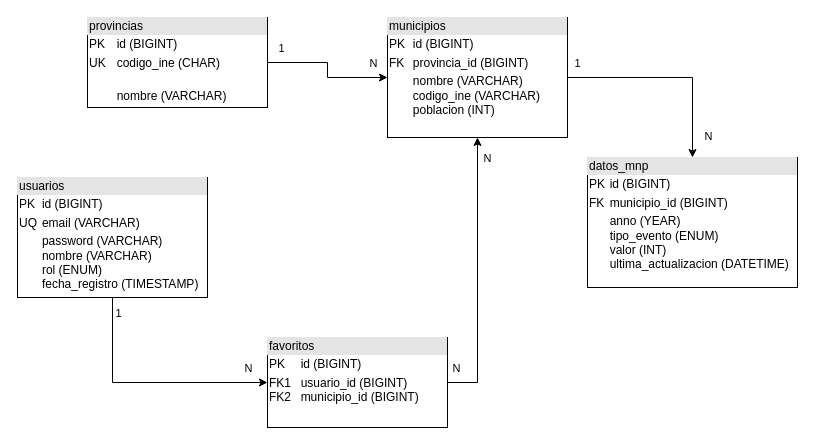
Earlier version of the draw.io diagram docs/modelo E-R.drawio (samuuufr/DatosJuntaCyL). Source tidied: cells renumbered, new cells numbered last; positions are measured from the earlier drawing's top-left corner, leaving out a move shared by most shapes. Both pictures are drawn from the tidied source at 100%, with x=0, y=0 at pixel (17, 17).
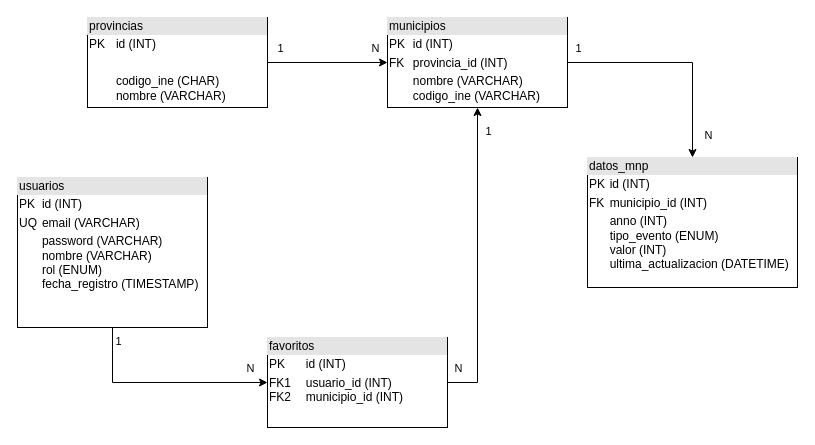
Above is the later version.

What changed in the source:
```diff
@@
-    <mxCell id="5" value="&lt;div style=&quot;box-sizing: border-box; width: 100%; background: rgb(228, 228, 228); padding: 2px;&quot;&gt;usuarios&lt;/div&gt;&lt;table style=&quot;width:100%;font-size:1em;&quot; cellpadding=&quot;2&quot; cellspacing=&quot;0&quot;&gt;&lt;tbody&gt;&lt;tr&gt;&lt;td&gt;PK&lt;/td&gt;&lt;td&gt;id (BIGINT)&lt;/td&gt;&lt;/tr&gt;&lt;tr&gt;&lt;td&gt;UQ&lt;/td&gt;&lt;td&gt;email (VARCHAR)&lt;/td&gt;&lt;/tr&gt;&lt;tr&gt;&lt;td&gt;&lt;/td&gt;&lt;td&gt;password (VARCHAR)&lt;br&gt;nombre (VARCHAR)&lt;br&gt;rol (ENUM)&lt;br&gt;fecha_registro (TIMESTAMP)&lt;/td&gt;&lt;/tr&gt;&lt;/tbody&gt;&lt;/table&gt;" style="verticalAlign=top;align=left;overflow=fill;html=1;whiteSpace=wrap;" parent="1" vertex="1">
-      <mxGeometry y="160" width="190" height="120" as="geometry" />
+    <mxCell id="5" value="&lt;div style=&quot;box-sizing: border-box; width: 100%; background: rgb(228, 228, 228); padding: 2px;&quot;&gt;usuarios&lt;/div&gt;&lt;table style=&quot;width:100%;font-size:1em;&quot; cellpadding=&quot;2&quot; cellspacing=&quot;0&quot;&gt;&lt;tbody&gt;&lt;tr&gt;&lt;td&gt;PK&lt;/td&gt;&lt;td&gt;id (INT)&lt;/td&gt;&lt;/tr&gt;&lt;tr&gt;&lt;td&gt;UQ&lt;/td&gt;&lt;td&gt;email (VARCHAR)&lt;/td&gt;&lt;/tr&gt;&lt;tr&gt;&lt;td&gt;&lt;/td&gt;&lt;td&gt;password (VARCHAR)&lt;br&gt;nombre (VARCHAR)&lt;br&gt;rol (ENUM)&lt;br&gt;fecha_registro (TIMESTAMP)&lt;br&gt;&lt;br&gt;&lt;/td&gt;&lt;/tr&gt;&lt;/tbody&gt;&lt;/table&gt;" style="verticalAlign=top;align=left;overflow=fill;html=1;whiteSpace=wrap;" parent="1" vertex="1">
+      <mxGeometry y="160" width="190" height="150" as="geometry" />
     </mxCell>
-    <mxCell id="6" value="N" style="edgeStyle=orthogonalEdgeStyle;rounded=0;jettySize=auto;html=1;exitX=1;exitY=0.5;exitDx=0;exitDy=0;entryX=0.5;entryY=1;entryDx=0;entryDy=0;" parent="1" edge="1" source="8" target="12">
-      <mxGeometry x="0.85" y="-10" relative="1" as="geometry" />
+    <mxCell id="6" style="edgeStyle=orthogonalEdgeStyle;rounded=0;jettySize=auto;html=1;exitX=1;exitY=0.5;exitDx=0;exitDy=0;entryX=0.5;entryY=1;entryDx=0;entryDy=0;" parent="1" edge="1" source="8" target="12">
+      <mxGeometry relative="1" as="geometry" />
     </mxCell>
@@
+    <mxCell id="18" value="1" style="edgeLabel;html=1;align=center;verticalAlign=middle;" parent="6" vertex="1">
+      <mxGeometry x="0.85" y="-1" relative="1" as="geometry">
+        <mxPoint x="9" as="offset" />
+      </mxGeometry>
+    </mxCell>
-    <mxCell id="8" value="&lt;div style=&quot;box-sizing: border-box; width: 100%; background: rgb(228, 228, 228); padding: 2px;&quot;&gt;favoritos&lt;/div&gt;&lt;table style=&quot;width:100%;font-size:1em;&quot; cellpadding=&quot;2&quot; cellspacing=&quot;0&quot;&gt;&lt;tbody&gt;&lt;tr&gt;&lt;td&gt;PK&lt;/td&gt;&lt;td&gt;id (BIGINT)&lt;/td&gt;&lt;/tr&gt;&lt;tr&gt;&lt;td&gt;FK1&lt;br&gt;FK2&lt;/td&gt;&lt;td&gt;usuario_id (BIGINT)&lt;br&gt;municipio_id (BIGINT)&lt;/td&gt;&lt;/tr&gt;&lt;tr&gt;&lt;td&gt;&lt;br&gt;&lt;/td&gt;&lt;td&gt;&lt;br&gt;&lt;/td&gt;&lt;/tr&gt;&lt;/tbody&gt;&lt;/table&gt;" style="verticalAlign=top;align=left;overflow=fill;html=1;whiteSpace=wrap;" parent="1" vertex="1">
+    <mxCell id="8" value="&lt;div style=&quot;box-sizing: border-box; width: 100%; background: rgb(228, 228, 228); padding: 2px;&quot;&gt;favoritos&lt;/div&gt;&lt;table style=&quot;width:100%;font-size:1em;&quot; cellpadding=&quot;2&quot; cellspacing=&quot;0&quot;&gt;&lt;tbody&gt;&lt;tr&gt;&lt;td&gt;PK&lt;/td&gt;&lt;td&gt;id (INT)&lt;/td&gt;&lt;/tr&gt;&lt;tr&gt;&lt;td&gt;FK1&lt;br&gt;FK2&lt;/td&gt;&lt;td&gt;usuario_id (INT)&lt;br&gt;municipio_id (INT)&lt;/td&gt;&lt;/tr&gt;&lt;tr&gt;&lt;td&gt;&lt;br&gt;&lt;/td&gt;&lt;td&gt;&lt;br&gt;&lt;/td&gt;&lt;/tr&gt;&lt;/tbody&gt;&lt;/table&gt;" style="verticalAlign=top;align=left;overflow=fill;html=1;whiteSpace=wrap;" parent="1" vertex="1">
       <mxGeometry x="250" y="320" width="180" height="90" as="geometry" />
     </mxCell>
@@
-    <mxCell id="12" value="&lt;div style=&quot;box-sizing: border-box; width: 100%; background: rgb(228, 228, 228); padding: 2px;&quot;&gt;municipios&lt;/div&gt;&lt;table style=&quot;width:100%;font-size:1em;&quot; cellpadding=&quot;2&quot; cellspacing=&quot;0&quot;&gt;&lt;tbody&gt;&lt;tr&gt;&lt;td&gt;PK&lt;/td&gt;&lt;td&gt;id (BIGINT)&lt;br&gt;&lt;/td&gt;&lt;/tr&gt;&lt;tr&gt;&lt;td&gt;FK&lt;/td&gt;&lt;td&gt;provincia_id (BIGINT)&lt;/td&gt;&lt;/tr&gt;&lt;tr&gt;&lt;td&gt;&lt;/td&gt;&lt;td&gt;nombre (VARCHAR)&lt;br&gt;codigo_ine (VARCHAR)&lt;br&gt;poblacion (INT)&lt;br&gt;&lt;br&gt;&lt;/td&gt;&lt;/tr&gt;&lt;/tbody&gt;&lt;/table&gt;" style="verticalAlign=top;align=left;overflow=fill;html=1;whiteSpace=wrap;" parent="1" vertex="1">
-      <mxGeometry x="370" width="180" height="120" as="geometry" />
+    <mxCell id="12" value="&lt;div style=&quot;box-sizing: border-box; width: 100%; background: rgb(228, 228, 228); padding: 2px;&quot;&gt;municipios&lt;/div&gt;&lt;table style=&quot;width:100%;font-size:1em;&quot; cellpadding=&quot;2&quot; cellspacing=&quot;0&quot;&gt;&lt;tbody&gt;&lt;tr&gt;&lt;td&gt;PK&lt;/td&gt;&lt;td&gt;id (INT)&lt;br&gt;&lt;/td&gt;&lt;/tr&gt;&lt;tr&gt;&lt;td&gt;FK&lt;/td&gt;&lt;td&gt;provincia_id (INT)&lt;/td&gt;&lt;/tr&gt;&lt;tr&gt;&lt;td&gt;&lt;/td&gt;&lt;td&gt;nombre (VARCHAR)&lt;br&gt;codigo_ine (VARCHAR)&lt;br&gt;&lt;br&gt;&lt;/td&gt;&lt;/tr&gt;&lt;/tbody&gt;&lt;/table&gt;" style="verticalAlign=top;align=left;overflow=fill;html=1;whiteSpace=wrap;" parent="1" vertex="1">
+      <mxGeometry x="370" width="180" height="90" as="geometry" />
     </mxCell>
@@
-    <mxCell id="16" value="&lt;div style=&quot;box-sizing: border-box; width: 100%; background: rgb(228, 228, 228); padding: 2px;&quot;&gt;provincias&lt;/div&gt;&lt;table style=&quot;width:100%;font-size:1em;&quot; cellpadding=&quot;2&quot; cellspacing=&quot;0&quot;&gt;&lt;tbody&gt;&lt;tr&gt;&lt;td&gt;PK&lt;/td&gt;&lt;td&gt;id (BIGINT)&lt;/td&gt;&lt;/tr&gt;&lt;tr&gt;&lt;td&gt;UK&lt;/td&gt;&lt;td&gt;codigo_ine (CHAR)&lt;/td&gt;&lt;/tr&gt;&lt;tr&gt;&lt;td&gt;&lt;br&gt;&lt;/td&gt;&lt;td&gt;&lt;br&gt;nombre (VARCHAR)&lt;/td&gt;&lt;/tr&gt;&lt;/tbody&gt;&lt;/table&gt;" style="verticalAlign=top;align=left;overflow=fill;html=1;whiteSpace=wrap;" parent="1" vertex="1">
+    <mxCell id="16" value="&lt;div style=&quot;box-sizing: border-box; width: 100%; background: rgb(228, 228, 228); padding: 2px;&quot;&gt;provincias&lt;/div&gt;&lt;table style=&quot;width:100%;font-size:1em;&quot; cellpadding=&quot;2&quot; cellspacing=&quot;0&quot;&gt;&lt;tbody&gt;&lt;tr&gt;&lt;td&gt;PK&lt;/td&gt;&lt;td&gt;id (INT)&lt;/td&gt;&lt;/tr&gt;&lt;tr&gt;&lt;td&gt;&lt;br&gt;&lt;/td&gt;&lt;td&gt;&lt;br&gt;&lt;/td&gt;&lt;/tr&gt;&lt;tr&gt;&lt;td&gt;&lt;br&gt;&lt;/td&gt;&lt;td&gt;codigo_ine (CHAR)&lt;br&gt;nombre (VARCHAR)&lt;/td&gt;&lt;/tr&gt;&lt;/tbody&gt;&lt;/table&gt;" style="verticalAlign=top;align=left;overflow=fill;html=1;whiteSpace=wrap;" parent="1" vertex="1">
       <mxGeometry x="70" width="180" height="90" as="geometry" />
     </mxCell>
-    <mxCell id="17" value="&lt;div style=&quot;box-sizing: border-box; width: 100%; background: rgb(228, 228, 228); padding: 2px;&quot;&gt;datos_mnp&lt;/div&gt;&lt;table style=&quot;width:100%;font-size:1em;&quot; cellpadding=&quot;2&quot; cellspacing=&quot;0&quot;&gt;&lt;tbody&gt;&lt;tr&gt;&lt;td&gt;PK&lt;/td&gt;&lt;td&gt;id (BIGINT)&lt;/td&gt;&lt;/tr&gt;&lt;tr&gt;&lt;td&gt;FK&lt;/td&gt;&lt;td&gt;municipio_id (BIGINT)&lt;/td&gt;&lt;/tr&gt;&lt;tr&gt;&lt;td&gt;&lt;/td&gt;&lt;td&gt;anno (YEAR)&lt;br&gt;tipo_evento (ENUM)&lt;br&gt;valor (INT)&lt;br&gt;ultima_actualizacion (DATETIME)&lt;/td&gt;&lt;/tr&gt;&lt;/tbody&gt;&lt;/table&gt;" style="verticalAlign=top;align=left;overflow=fill;html=1;whiteSpace=wrap;" parent="1" vertex="1">
+    <mxCell id="17" value="&lt;div style=&quot;box-sizing: border-box; width: 100%; background: rgb(228, 228, 228); padding: 2px;&quot;&gt;datos_mnp&lt;/div&gt;&lt;table style=&quot;width:100%;font-size:1em;&quot; cellpadding=&quot;2&quot; cellspacing=&quot;0&quot;&gt;&lt;tbody&gt;&lt;tr&gt;&lt;td&gt;PK&lt;/td&gt;&lt;td&gt;id (INT)&lt;/td&gt;&lt;/tr&gt;&lt;tr&gt;&lt;td&gt;FK&lt;/td&gt;&lt;td&gt;municipio_id (INT)&lt;/td&gt;&lt;/tr&gt;&lt;tr&gt;&lt;td&gt;&lt;/td&gt;&lt;td&gt;anno (INT)&lt;br&gt;tipo_evento (ENUM)&lt;br&gt;valor (INT)&lt;br&gt;ultima_actualizacion (DATETIME)&lt;/td&gt;&lt;/tr&gt;&lt;/tbody&gt;&lt;/table&gt;" style="verticalAlign=top;align=left;overflow=fill;html=1;whiteSpace=wrap;" parent="1" vertex="1">
       <mxGeometry x="570" y="140" width="210" height="130" as="geometry" />
     </mxCell>
```
